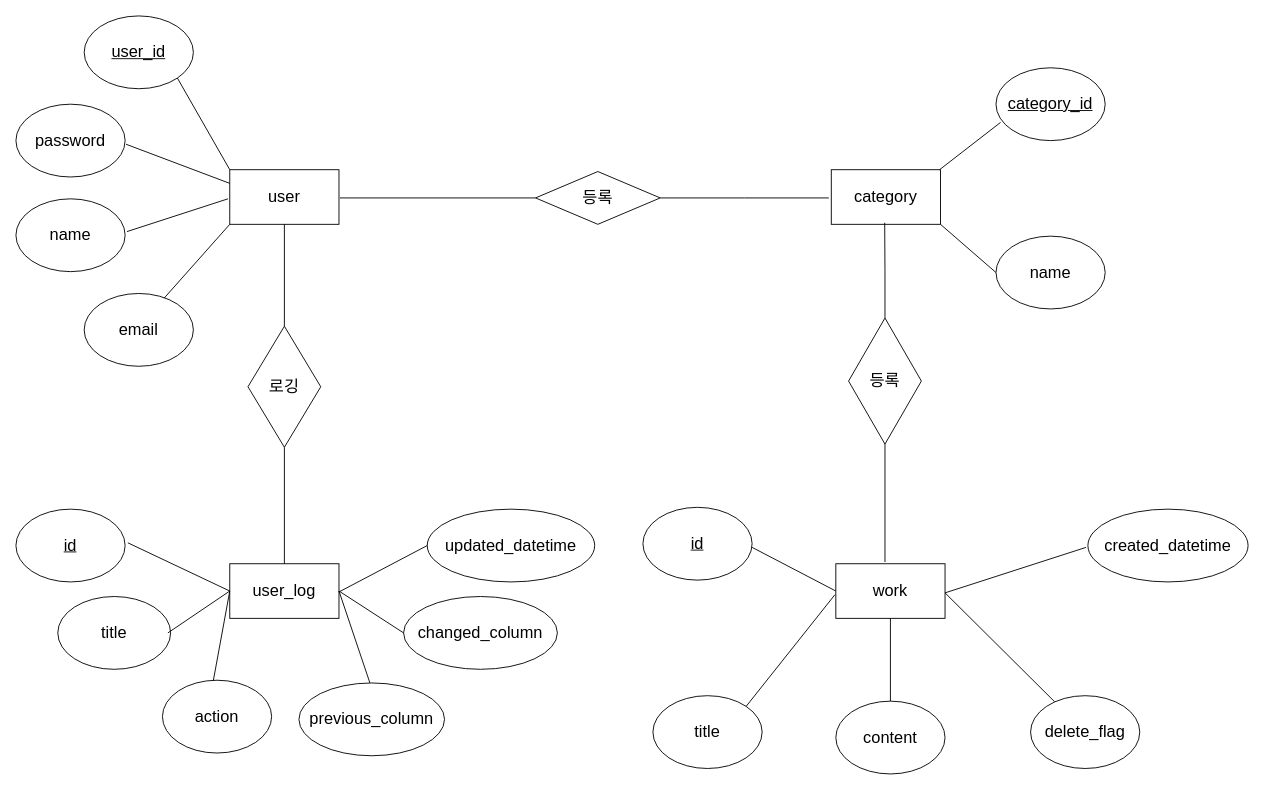
The draw.io diagram page "Page-12" (12 of 12) of Untitled Diagram.drawio in ikjo93/Class-Diagram, before the edit. Source tidied: cells renumbered, new cells numbered last; positions are measured from the earlier drawing's top-left corner, leaving out a move shared by most shapes. Both pictures are drawn from the tidied source at 91%, with x=0, y=0 at pixel (15, 15).
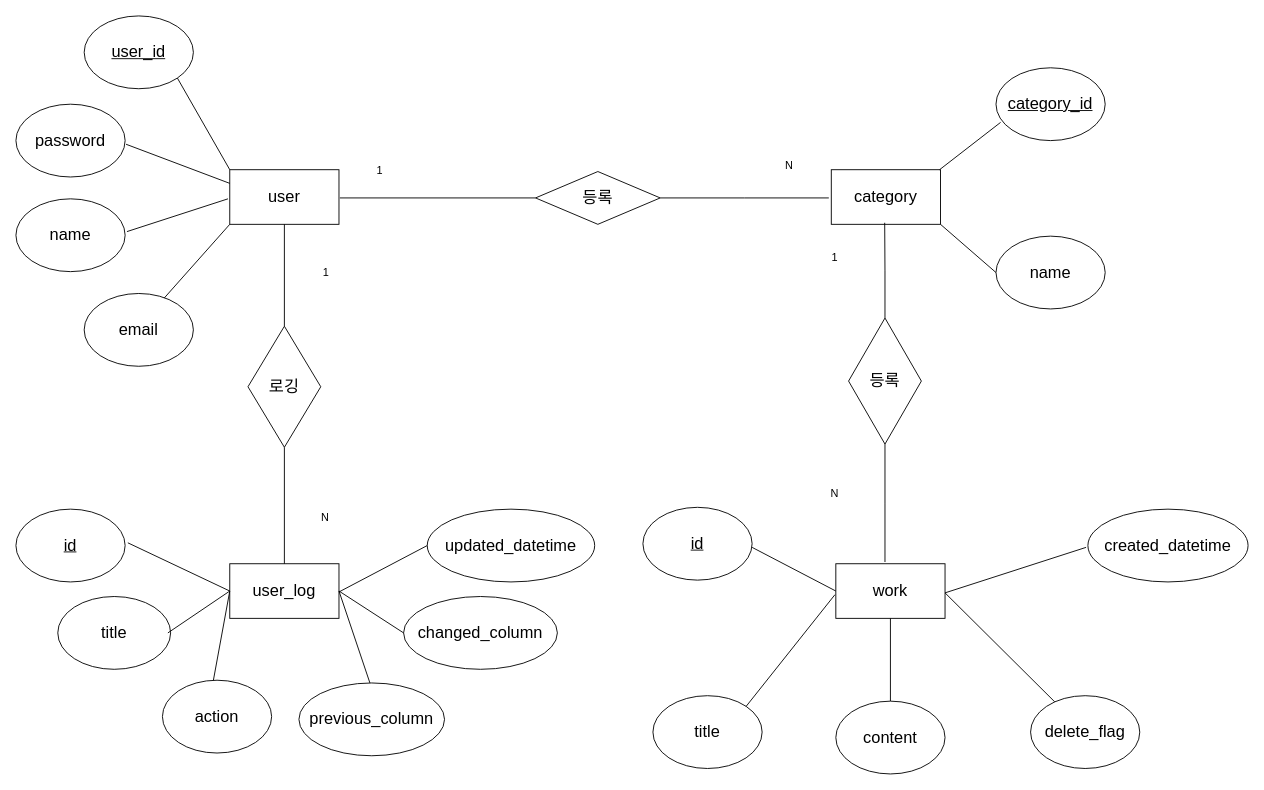
After the change.

What changed in the source:
```diff
@@
+    <mxCell id="49" value="1" style="text;html=1;strokeColor=none;fillColor=none;align=center;verticalAlign=middle;whiteSpace=wrap;rounded=0;" parent="1" vertex="1">
+      <mxGeometry x="370" y="155" width="60" height="30" as="geometry" />
+    </mxCell>
+    <mxCell id="50" value="N" style="text;html=1;strokeColor=none;fillColor=none;align=center;verticalAlign=middle;whiteSpace=wrap;rounded=0;" parent="1" vertex="1">
+      <mxGeometry x="820" y="150" width="60" height="30" as="geometry" />
+    </mxCell>
+    <mxCell id="51" value="1" style="text;html=1;strokeColor=none;fillColor=none;align=center;verticalAlign=middle;whiteSpace=wrap;rounded=0;" parent="1" vertex="1">
+      <mxGeometry x="870" y="251" width="60" height="30" as="geometry" />
+    </mxCell>
+    <mxCell id="52" value="N" style="text;html=1;strokeColor=none;fillColor=none;align=center;verticalAlign=middle;whiteSpace=wrap;rounded=0;" parent="1" vertex="1">
+      <mxGeometry x="870" y="510" width="60" height="30" as="geometry" />
+    </mxCell>
+    <mxCell id="53" value="1" style="text;html=1;strokeColor=none;fillColor=none;align=center;verticalAlign=middle;whiteSpace=wrap;rounded=0;" parent="1" vertex="1">
+      <mxGeometry x="311" y="267" width="60" height="30" as="geometry" />
+    </mxCell>
+    <mxCell id="54" value="N" style="text;html=1;strokeColor=none;fillColor=none;align=center;verticalAlign=middle;whiteSpace=wrap;rounded=0;" parent="1" vertex="1">
+      <mxGeometry x="310" y="536" width="60" height="30" as="geometry" />
+    </mxCell>
```
